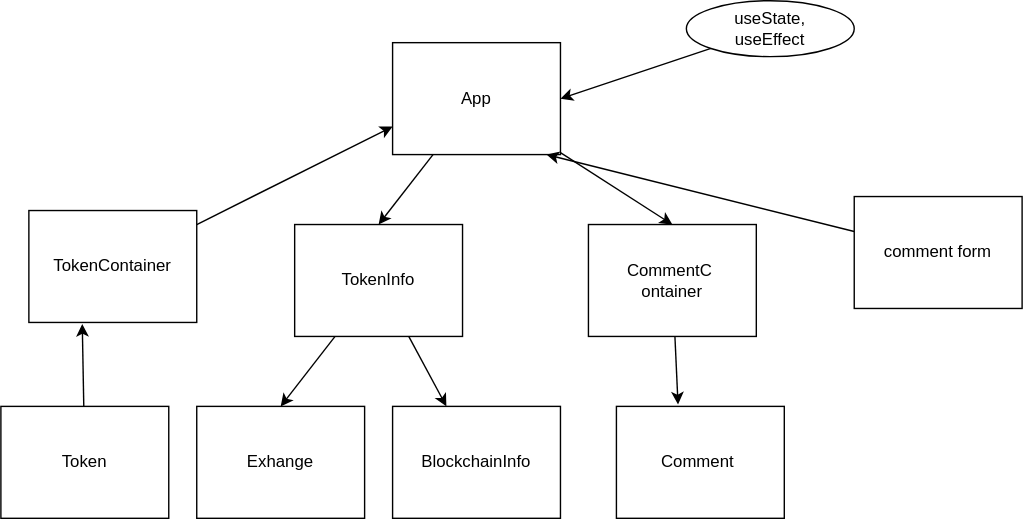
Before: app-tony-and-joey-phase-2/.drawio.svg, a diagram exported from draw.io (TonySwearingen/Tony-and-Joey-Phase-2). Source tidied: cells renumbered, new cells last; positions are measured from the earlier drawing's top-left corner, leaving out a move shared by most shapes.
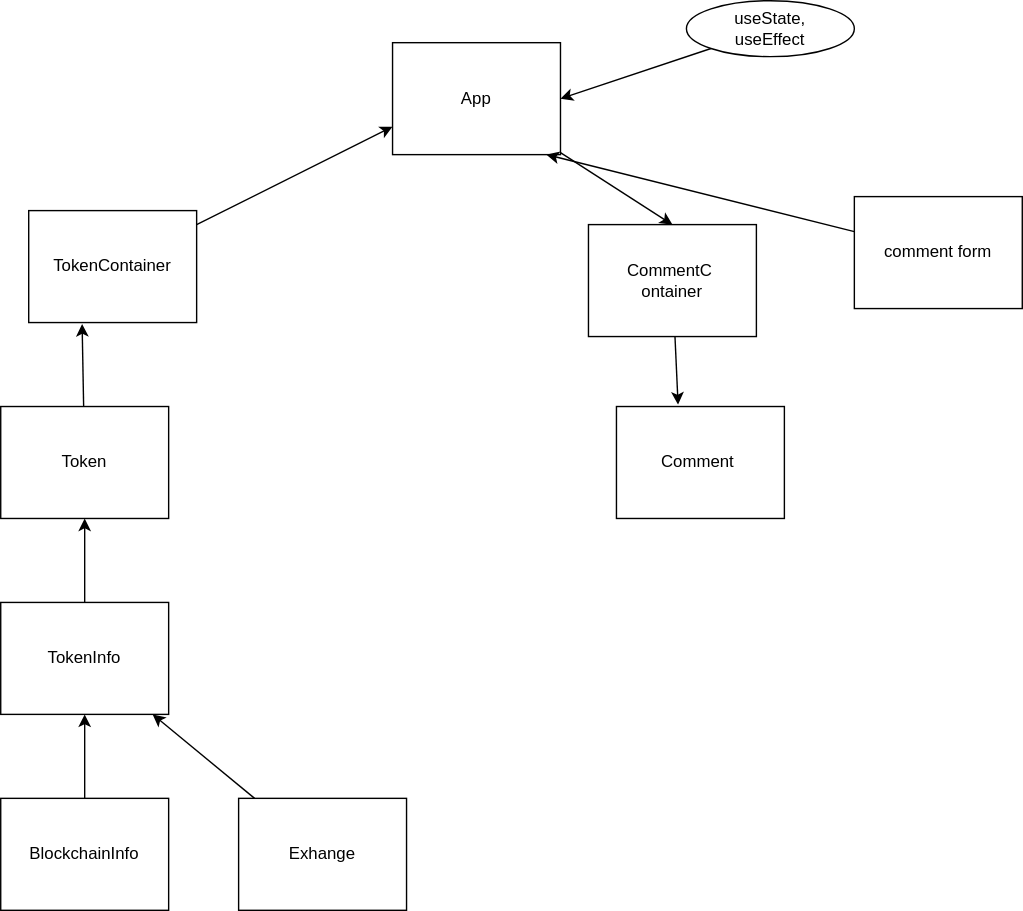
After the change.

Diff of the diagram source:
```diff
@@ -2,9 +2,6 @@
   <root>
     <mxCell id="0" />
     <mxCell id="1" parent="0" />
-    <mxCell id="2" style="edgeStyle=none;html=1;entryX=0.5;entryY=0;entryDx=0;entryDy=0;" parent="1" edge="1" source="4" target="15">
-      <mxGeometry relative="1" as="geometry" />
-    </mxCell>
     <mxCell id="3" style="edgeStyle=none;html=1;entryX=0.5;entryY=0;entryDx=0;entryDy=0;" parent="1" edge="1" source="4" target="19">
       <mxGeometry relative="1" as="geometry" />
     </mxCell>
@@ -39,20 +36,23 @@
     <mxCell id="12" value="useState,&lt;br&gt;useEffect" style="ellipse;whiteSpace=wrap;html=1;" parent="1" vertex="1">
       <mxGeometry x="490" width="120" height="40" as="geometry" />
     </mxCell>
-    <mxCell id="13" style="edgeStyle=none;html=1;entryX=0.5;entryY=0;entryDx=0;entryDy=0;" parent="1" edge="1" source="15" target="16">
-      <mxGeometry relative="1" as="geometry" />
-    </mxCell>
-    <mxCell id="14" style="edgeStyle=none;html=1;" parent="1" edge="1" source="15" target="17">
+    <mxCell id="14" style="edgeStyle=none;html=1;" parent="1" edge="1" source="15" target="6">
       <mxGeometry relative="1" as="geometry" />
     </mxCell>
     <mxCell id="15" value="TokenInfo" style="rounded=0;whiteSpace=wrap;html=1;" parent="1" vertex="1">
-      <mxGeometry x="210" y="160" width="120" height="80" as="geometry" />
+      <mxGeometry y="430" width="120" height="80" as="geometry" />
     </mxCell>
+    <mxCell id="21" style="edgeStyle=none;html=1;" parent="1" edge="1" source="16" target="15">
+      <mxGeometry relative="1" as="geometry" />
+    </mxCell>
     <mxCell id="16" value="Exhange" style="rounded=0;whiteSpace=wrap;html=1;" parent="1" vertex="1">
-      <mxGeometry x="140" y="290" width="120" height="80" as="geometry" />
+      <mxGeometry x="170" y="570" width="120" height="80" as="geometry" />
     </mxCell>
+    <mxCell id="22" style="edgeStyle=none;html=1;" parent="1" edge="1" source="17" target="15">
+      <mxGeometry relative="1" as="geometry" />
+    </mxCell>
     <mxCell id="17" value="BlockchainInfo" style="rounded=0;whiteSpace=wrap;html=1;" parent="1" vertex="1">
-      <mxGeometry x="280" y="290" width="120" height="80" as="geometry" />
+      <mxGeometry y="570" width="120" height="80" as="geometry" />
     </mxCell>
     <mxCell id="18" style="edgeStyle=none;html=1;entryX=0.367;entryY=-0.017;entryDx=0;entryDy=0;entryPerimeter=0;" parent="1" edge="1" source="19" target="20">
       <mxGeometry relative="1" as="geometry" />
```
